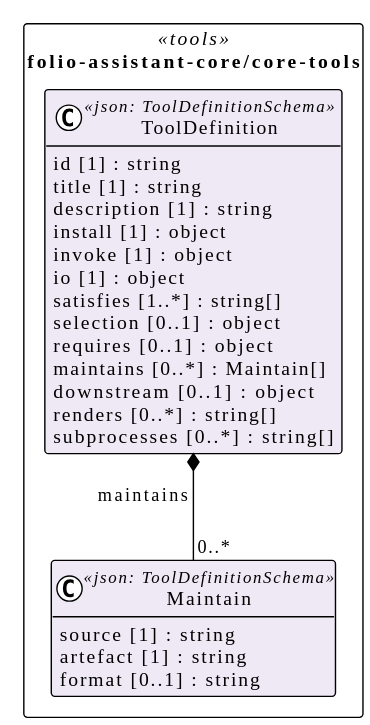
litlfred/smart-trust keeps this PlantUML diagram as assets/img/uml/overview/folio-assistant-core/core-tools.svg. Above is the earlier version. Source of this version:
```plantuml
@startuml
!pragma layout elk
!theme plain
skinparam classAttributeIconSize 0
skinparam shadowing false
skinparam packageStyle rectangle
hide empty methods

package "folio-assistant-core/core-tools" as pkg_folio_assistant_core_core_tools <<tools>> {
  class "Maintain" as folio_assistant_core_core_tools_Maintain <<json: ToolDefinitionSchema>> #eee9f5 {
    source [1] : string
    artefact [1] : string
    format [0..1] : string
  }
  class "ToolDefinition" as folio_assistant_core_core_tools_ToolDefinition <<json: ToolDefinitionSchema>> #eee9f5 {
    id [1] : string
    title [1] : string
    description [1] : string
    install [1] : object
    invoke [1] : object
    io [1] : object
    satisfies [1..*] : string[]
    selection [0..1] : object
    requires [0..1] : object
    maintains [0..*] : Maintain[]
    downstream [0..1] : object
    renders [0..*] : string[]
    subprocesses [0..*] : string[]
  }
}

folio_assistant_core_core_tools_ToolDefinition *-- "0..*" folio_assistant_core_core_tools_Maintain : maintains
@enduml
```
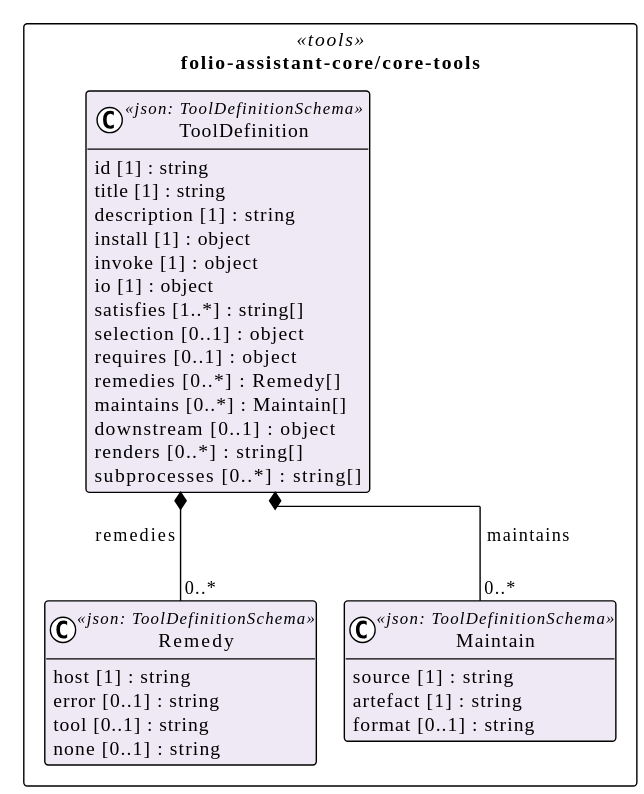
After the change.

What changed in the source:
```diff
@@ -7,6 +7,12 @@
 hide empty methods
 
 package "folio-assistant-core/core-tools" as pkg_folio_assistant_core_core_tools <<tools>> {
+  class "Remedy" as folio_assistant_core_core_tools_Remedy <<json: ToolDefinitionSchema>> #eee9f5 {
+    host [1] : string
+    error [0..1] : string
+    tool [0..1] : string
+    none [0..1] : string
+  }
   class "Maintain" as folio_assistant_core_core_tools_Maintain <<json: ToolDefinitionSchema>> #eee9f5 {
     source [1] : string
     artefact [1] : string
@@ -22,6 +28,7 @@
     satisfies [1..*] : string[]
     selection [0..1] : object
     requires [0..1] : object
+    remedies [0..*] : Remedy[]
     maintains [0..*] : Maintain[]
     downstream [0..1] : object
     renders [0..*] : string[]
@@ -29,5 +36,6 @@
   }
 }
 
+folio_assistant_core_core_tools_ToolDefinition *-- "0..*" folio_assistant_core_core_tools_Remedy : remedies
 folio_assistant_core_core_tools_ToolDefinition *-- "0..*" folio_assistant_core_core_tools_Maintain : maintains
 @enduml
```
